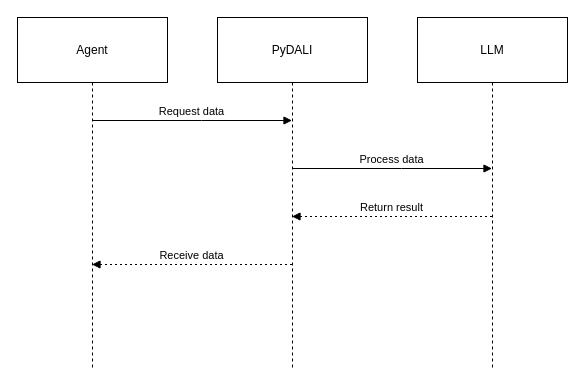
Before: DALI_LLM_sequence.drawio in AAAI-DISIM-UnivAQ/PyDALI, a draw.io diagram. Source tidied: cells renumbered, new cells numbered last; positions are measured from the earlier drawing's top-left corner, leaving out a move shared by most shapes. Both pictures are drawn from the tidied source at 100%, with x=0, y=0 at pixel (17, 17).
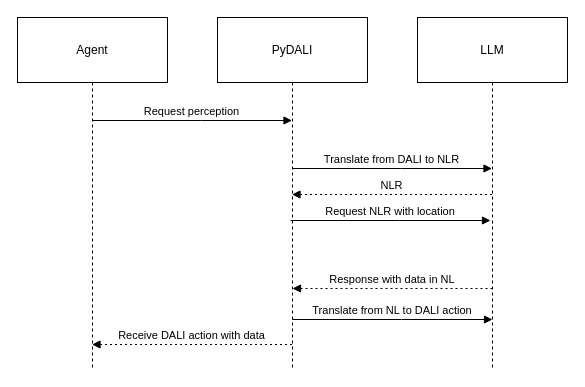
The same page after the edit.

Unchanged cells that the change refers to:
```xml
<mxCell id="2" value="Agent" style="shape=umlLifeline;perimeter=lifelinePerimeter;whiteSpace=wrap;outlineConnect=0;portConstraint=eastwest;newEdgeStyle={&quot;edgeStyle&quot;:&quot;elbowEdgeStyle&quot;,&quot;elbow&quot;:&quot;vertical&quot;,&quot;curved&quot;:0,&quot;rounded&quot;:0};size=65;" parent="1" vertex="1">
  <mxGeometry width="150" height="352" as="geometry" />
</mxCell>
<mxCell id="3" value="PyDALI" style="shape=umlLifeline;perimeter=lifelinePerimeter;whiteSpace=wrap;outlineConnect=0;portConstraint=eastwest;newEdgeStyle={&quot;edgeStyle&quot;:&quot;elbowEdgeStyle&quot;,&quot;elbow&quot;:&quot;vertical&quot;,&quot;curved&quot;:0,&quot;rounded&quot;:0};size=65;" parent="1" vertex="1">
  <mxGeometry x="200" width="150" height="352" as="geometry" />
</mxCell>
<mxCell id="4" value="LLM" style="shape=umlLifeline;perimeter=lifelinePerimeter;whiteSpace=wrap;outlineConnect=0;portConstraint=eastwest;newEdgeStyle={&quot;edgeStyle&quot;:&quot;elbowEdgeStyle&quot;,&quot;elbow&quot;:&quot;vertical&quot;,&quot;curved&quot;:0,&quot;rounded&quot;:0};size=65;" parent="1" vertex="1">
  <mxGeometry x="400" width="150" height="352" as="geometry" />
</mxCell>
```

Change to the diagram source:
```diff
@@
-    <mxCell id="5" value="Request data" style="verticalAlign=bottom;edgeStyle=elbowEdgeStyle;elbow=vertical;curved=0;rounded=0;endArrow=block;" parent="1" edge="1" source="2" target="3">
+    <mxCell id="5" value="Request perception" style="verticalAlign=bottom;edgeStyle=elbowEdgeStyle;elbow=horizontal;curved=0;rounded=0;endArrow=block;" parent="1" edge="1" source="2" target="3">
       <mxGeometry relative="1" as="geometry">
         <Array as="points">
           <mxPoint x="184" y="103" />
         </Array>
       </mxGeometry>
     </mxCell>
-    <mxCell id="6" value="Process data" style="verticalAlign=bottom;edgeStyle=elbowEdgeStyle;elbow=vertical;curved=0;rounded=0;endArrow=block;" parent="1" edge="1" source="3" target="4">
+    <mxCell id="6" value="Translate from DALI to NLR" style="verticalAlign=bottom;edgeStyle=elbowEdgeStyle;elbow=vertical;curved=0;rounded=0;endArrow=block;" parent="1" edge="1" source="3" target="4">
       <mxGeometry relative="1" as="geometry">
         <Array as="points">
           <mxPoint x="384" y="151" />
         </Array>
       </mxGeometry>
     </mxCell>
-    <mxCell id="7" value="Return result" style="verticalAlign=bottom;edgeStyle=elbowEdgeStyle;elbow=vertical;curved=0;rounded=0;dashed=1;dashPattern=2 3;endArrow=block;" parent="1" edge="1" source="4" target="3">
+    <mxCell id="7" value="NLR" style="verticalAlign=bottom;edgeStyle=elbowEdgeStyle;elbow=vertical;curved=0;rounded=0;dashed=1;dashPattern=2 3;endArrow=block;" parent="1" edge="1">
       <mxGeometry relative="1" as="geometry">
+        <mxPoint x="474.5" y="177" as="sourcePoint" />
+        <mxPoint x="274.5" y="177" as="targetPoint" />
         <Array as="points">
-          <mxPoint x="387" y="199" />
+          <mxPoint x="387" y="177" />
         </Array>
       </mxGeometry>
     </mxCell>
-    <mxCell id="8" value="Receive data" style="verticalAlign=bottom;edgeStyle=elbowEdgeStyle;elbow=vertical;curved=0;rounded=0;dashed=1;dashPattern=2 3;endArrow=block;" parent="1" edge="1" source="3" target="2">
+    <mxCell id="8" value="Receive DALI action with data" style="verticalAlign=bottom;edgeStyle=elbowEdgeStyle;elbow=vertical;curved=0;rounded=0;dashed=1;dashPattern=2 3;endArrow=block;" parent="1" edge="1">
       <mxGeometry relative="1" as="geometry">
+        <mxPoint x="274.5" y="327" as="sourcePoint" />
+        <mxPoint x="74.5" y="327" as="targetPoint" />
         <Array as="points">
-          <mxPoint x="187" y="247" />
+          <mxPoint x="187" y="327" />
         </Array>
       </mxGeometry>
     </mxCell>
+    <mxCell id="9" value="Request NLR with location" style="verticalAlign=bottom;edgeStyle=elbowEdgeStyle;elbow=vertical;curved=0;rounded=0;endArrow=block;" parent="1" edge="1">
+      <mxGeometry relative="1" as="geometry">
+        <mxPoint x="273" y="203" as="sourcePoint" />
+        <mxPoint x="473" y="203" as="targetPoint" />
+        <Array as="points">
+          <mxPoint x="382" y="203" />
+        </Array>
+      </mxGeometry>
+    </mxCell>
+    <mxCell id="10" value="Response with data in NL" style="verticalAlign=bottom;edgeStyle=elbowEdgeStyle;elbow=vertical;curved=0;rounded=0;dashed=1;dashPattern=2 3;endArrow=block;" parent="1" edge="1">
+      <mxGeometry relative="1" as="geometry">
+        <mxPoint x="475" y="271" as="sourcePoint" />
+        <mxPoint x="275" y="271" as="targetPoint" />
+        <Array as="points">
+          <mxPoint x="387" y="271" />
+        </Array>
+      </mxGeometry>
+    </mxCell>
+    <mxCell id="11" value="Translate from NL to DALI action" style="verticalAlign=bottom;edgeStyle=elbowEdgeStyle;elbow=vertical;curved=0;rounded=0;endArrow=block;" parent="1" edge="1">
+      <mxGeometry relative="1" as="geometry">
+        <mxPoint x="275" y="302" as="sourcePoint" />
+        <mxPoint x="475" y="302" as="targetPoint" />
+        <Array as="points">
+          <mxPoint x="384" y="302" />
+        </Array>
+      </mxGeometry>
+    </mxCell>
```
